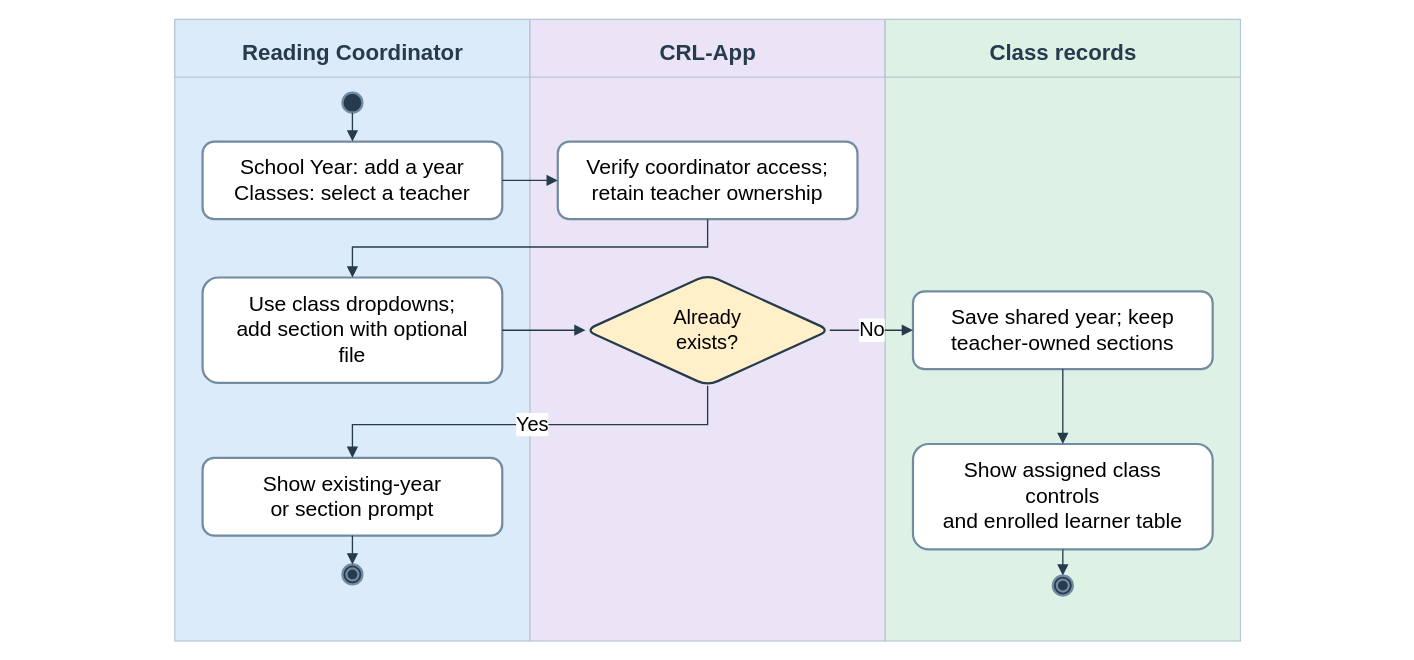
Earlier version of the draw.io diagram docs/diagrams/class-workspaces/figure-15-class-management.drawio (AkuSayangKamuJudaSayang/crl-app). Source tidied: cells renumbered, new cells numbered last; positions are measured from the earlier drawing's top-left corner, leaving out a move shared by most shapes. Both pictures are drawn from the tidied source at 111%, with x=0, y=0 at pixel (19, 19).
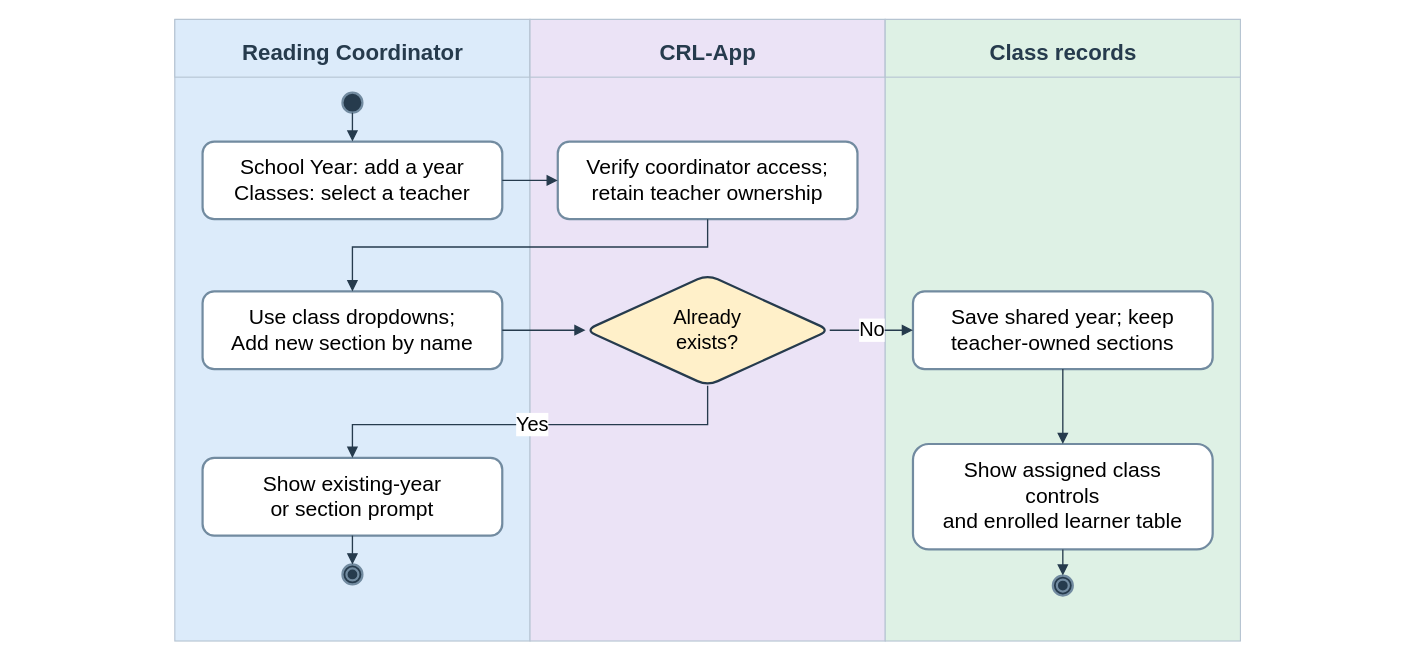
The same diagram, later.

Diff of the diagram source:
```diff
@@
-    <mxCell id="14" value="Use class dropdowns;&lt;br&gt;add section with optional&lt;br&gt;file" style="rounded=1;whiteSpace=wrap;html=1;fontFamily=Arial;fillColor=#ffffff;strokeColor=#728ba0;strokeWidth=2;fontSize=19;" parent="1" vertex="1">
-      <mxGeometry x="165" y="232.5" width="270" height="95" as="geometry" />
+    <mxCell id="14" value="Use class dropdowns;&lt;br&gt;Add new section by name" style="rounded=1;whiteSpace=wrap;html=1;fontFamily=Arial;fillColor=#ffffff;strokeColor=#728ba0;strokeWidth=2;fontSize=19;" parent="1" vertex="1">
+      <mxGeometry x="165" y="245" width="270" height="70" as="geometry" />
     </mxCell>
```
